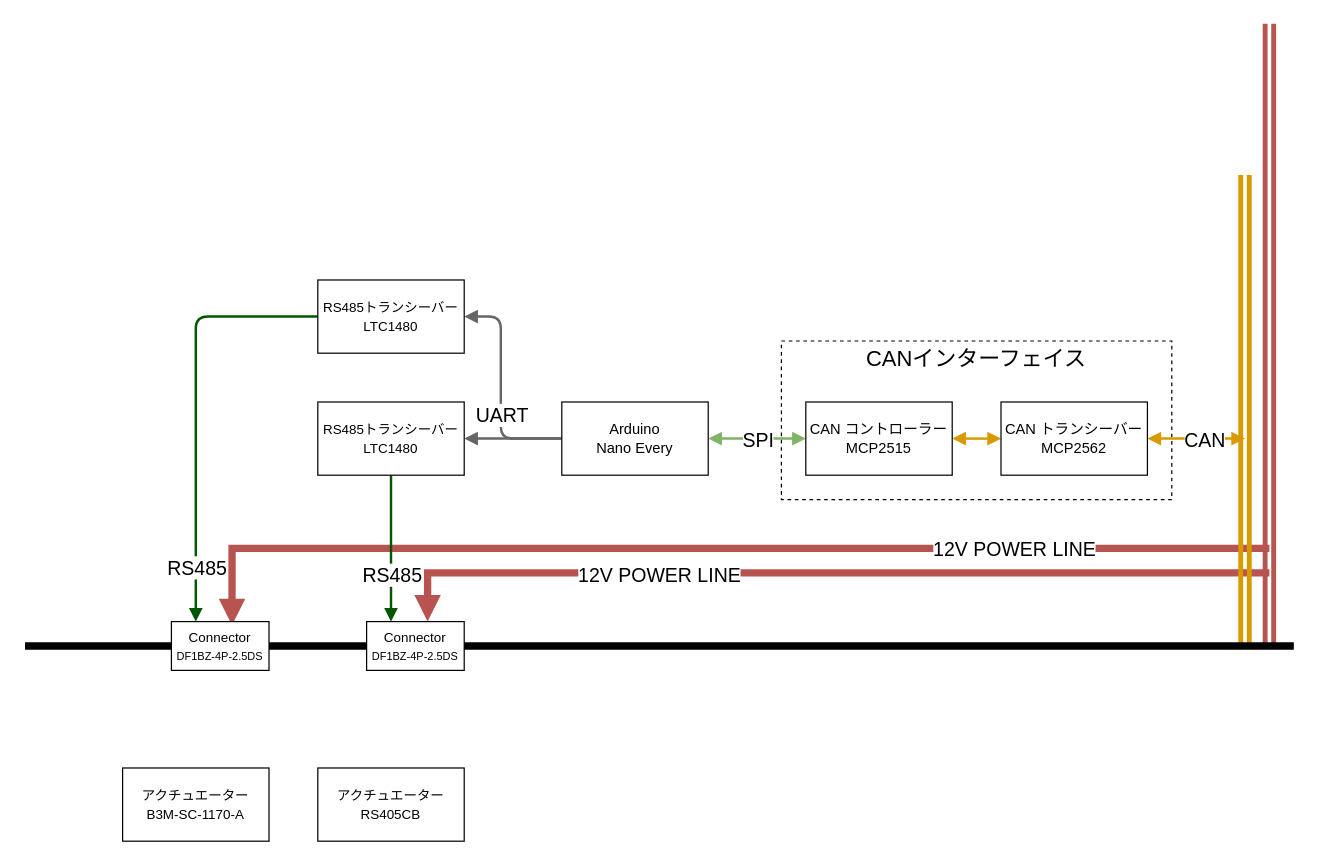
This is Documents/Reports/Drawio/ValveSystem_BlockDiagram.drawio from tokai-student-rocket-project/H-58-Avionics, a draw.io file, before an edit. Source tidied: cells renumbered, new cells numbered last; positions are measured from the earlier drawing's top-left corner, leaving out a move shared by most shapes. Both pictures are drawn from the tidied source at 122%, with x=0, y=0 at pixel (24, 23).
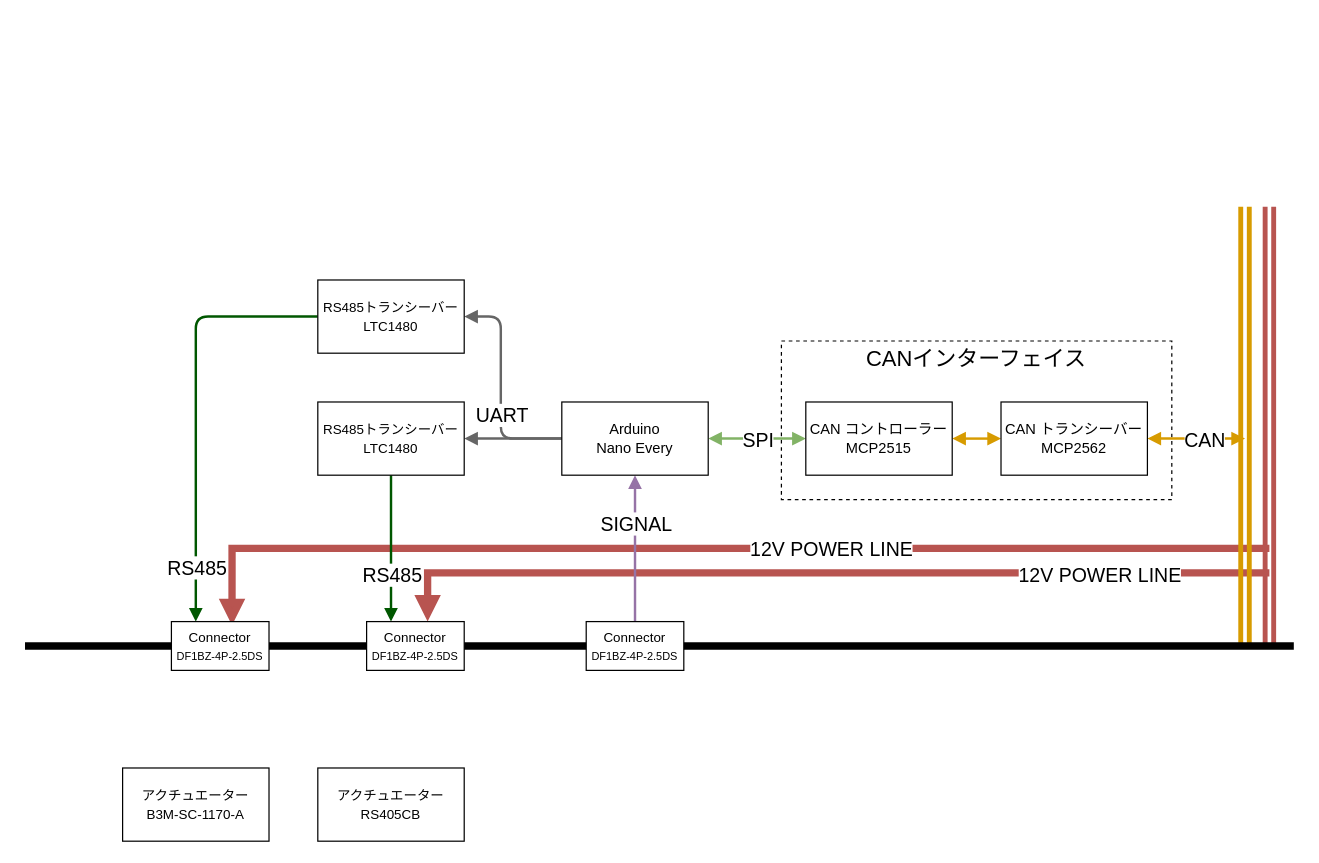
The same diagram, later.

Commit message:
🚧 ValveSystem7割程完成

The change refers to these unchanged cells:
```xml
<mxCell id="4" style="edgeStyle=orthogonalEdgeStyle;rounded=0;orthogonalLoop=1;jettySize=auto;html=1;endArrow=none;endFill=0;fillColor=#f8cecc;strokeColor=#b85450;strokeWidth=6;startArrow=block;startFill=1;" parent="1" edge="1">
  <mxGeometry relative="1" as="geometry">
    <mxPoint x="330" y="490" as="sourcePoint" />
    <mxPoint x="1020" y="450" as="targetPoint" />
    <Array as="points">
      <mxPoint x="330" y="450" />
      <mxPoint x="1020" y="450" />
    </Array>
  </mxGeometry>
</mxCell>
<mxCell id="13" value="Arduino&lt;br&gt;Nano Every" style="whiteSpace=wrap;html=1;" parent="1" vertex="1">
  <mxGeometry x="440" y="310" width="120" height="60" as="geometry" />
</mxCell>
```

The edit, as a diff of the source:
```diff
@@
     <mxCell id="3" style="endArrow=none;html=1;rounded=0;shape=link;fillColor=#f8cecc;strokeColor=#b85450;strokeWidth=4;" parent="1" edge="1">
       <mxGeometry relative="1" as="geometry">
         <mxPoint x="1020" y="510" as="sourcePoint" />
-        <mxPoint x="1020" as="targetPoint" />
+        <mxPoint x="1020" y="150" as="targetPoint" />
       </mxGeometry>
     </mxCell>
@@
     <mxCell id="5" value="12V POWER LINE" style="edgeLabel;html=1;align=center;verticalAlign=middle;fontSize=16;" parent="4" vertex="1">
       <mxGeometry x="-0.07" y="-1" relative="1" as="geometry">
-        <mxPoint x="-110" as="offset" />
+        <mxPoint x="251" as="offset" />
       </mxGeometry>
     </mxCell>
     <mxCell id="6" style="edgeStyle=none;orthogonalLoop=1;jettySize=auto;html=1;shape=link;strokeWidth=4;fillColor=#ffe6cc;strokeColor=#d79b00;" parent="1" edge="1">
       <mxGeometry relative="1" as="geometry">
         <mxPoint x="1000" y="510" as="sourcePoint" />
-        <mxPoint x="1000" y="124" as="targetPoint" />
+        <mxPoint x="1000" y="150" as="targetPoint" />
       </mxGeometry>
     </mxCell>
@@
+    <mxCell id="32" style="edgeStyle=elbowEdgeStyle;html=1;entryX=0.5;entryY=0;entryDx=0;entryDy=0;strokeWidth=2;fontSize=9;startArrow=block;startFill=1;endArrow=none;endFill=0;fillColor=#e1d5e7;strokeColor=#9673a6;" parent="1" edge="1" source="13" target="34">
+      <mxGeometry relative="1" as="geometry" />
+    </mxCell>
+    <mxCell id="33" value="&lt;font style=&quot;font-size: 16px;&quot;&gt;SIGNAL&lt;/font&gt;" style="edgeLabel;html=1;align=center;verticalAlign=middle;fontSize=9;" parent="32" vertex="1">
+      <mxGeometry x="-0.31" y="2" relative="1" as="geometry">
+        <mxPoint x="-2" y="-2" as="offset" />
+      </mxGeometry>
+    </mxCell>
@@
     <mxCell id="31" value="12V POWER LINE" style="edgeLabel;html=1;align=center;verticalAlign=middle;fontSize=16;" parent="1" vertex="1">
-      <mxGeometry x="810" y="430" as="geometry" />
+      <mxGeometry x="660" y="430" as="geometry" />
     </mxCell>
+    <mxCell id="34" value="&lt;font style=&quot;&quot;&gt;&lt;span style=&quot;font-size: 11px;&quot;&gt;Connector&lt;/span&gt;&lt;br&gt;&lt;font style=&quot;font-size: 9px;&quot;&gt;DF1BZ-4P-2.5DS&lt;/font&gt;&lt;br&gt;&lt;/font&gt;" style="rounded=0;whiteSpace=wrap;html=1;" parent="1" vertex="1">
+      <mxGeometry x="460" y="490" width="80" height="40" as="geometry" />
+    </mxCell>
```
